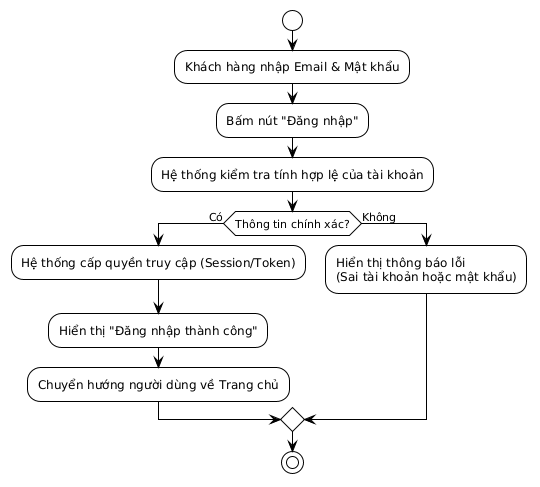
Before: Documents/Images/Login_Activity_Diagram.png, a diagram exported from PlantUML (hahuytuan033/BTL-Nhom-4).
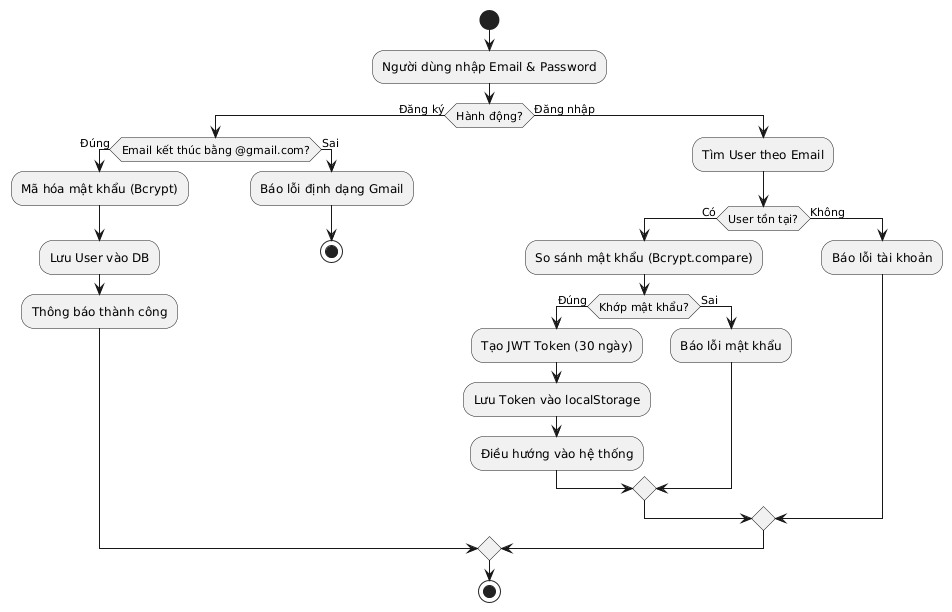
Later version of the same file.

Change to the diagram source:
```diff
@@ -1,20 +1,29 @@
 @startuml
-!theme plain
-skinparam activityShape roundBox
-
 start
-:Khách hàng nhập Email & Mật khẩu;
-:Bấm nút "Đăng nhập";
-
-:Hệ thống kiểm tra tính hợp lệ của tài khoản;
-
-if (Thông tin chính xác?) then (Có)
-  :Hệ thống cấp quyền truy cập (Session/Token);
-  :Hiển thị "Đăng nhập thành công";
-  :Chuyển hướng người dùng về Trang chủ;
-else (Không)
-  :Hiển thị thông báo lỗi\n(Sai tài khoản hoặc mật khẩu);
+:Người dùng nhập Email & Password;
+if (Hành động?) then (Đăng ký)
+  if (Email kết thúc bằng @gmail.com?) then (Đúng)
+    :Mã hóa mật khẩu (Bcrypt);
+    :Lưu User vào DB;
+    :Thông báo thành công;
+  else (Sai)
+    :Báo lỗi định dạng Gmail;
+    stop
+  endif
+else (Đăng nhập)
+  :Tìm User theo Email;
+  if (User tồn tại?) then (Có)
+    :So sánh mật khẩu (Bcrypt.compare);
+    if (Khớp mật khẩu?) then (Đúng)
+      :Tạo JWT Token (30 ngày);
+      :Lưu Token vào localStorage;
+      :Điều hướng vào hệ thống;
+    else (Sai)
+      :Báo lỗi mật khẩu;
+    endif
+  else (Không)
+    :Báo lỗi tài khoản;
+  endif
 endif
-
 stop
 @enduml
```
